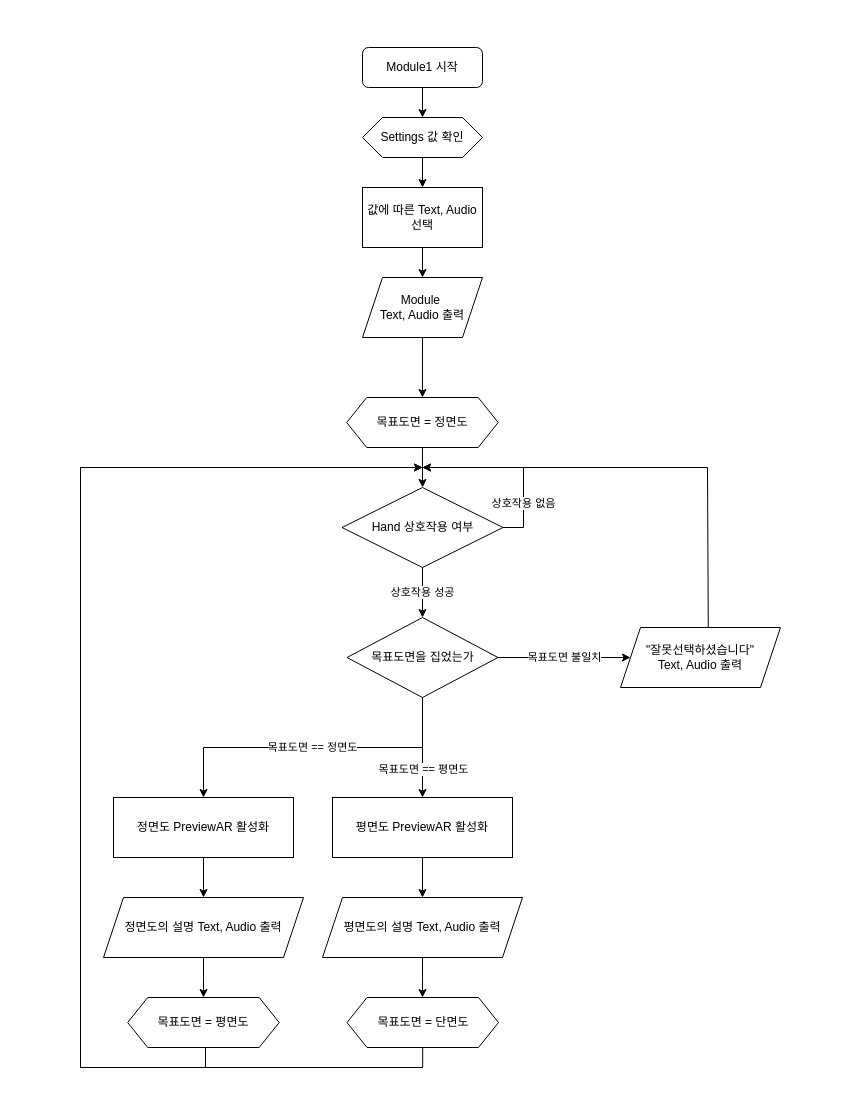
This is Module_01.drawio from SnowDinn/FlowChart, a draw.io file, before an edit. Source tidied: cells renumbered, new cells numbered last; positions are measured from the earlier drawing's top-left corner, leaving out a move shared by most shapes. Both pictures are drawn from the tidied source at 100%, with x=0, y=0 at pixel (80, 47).
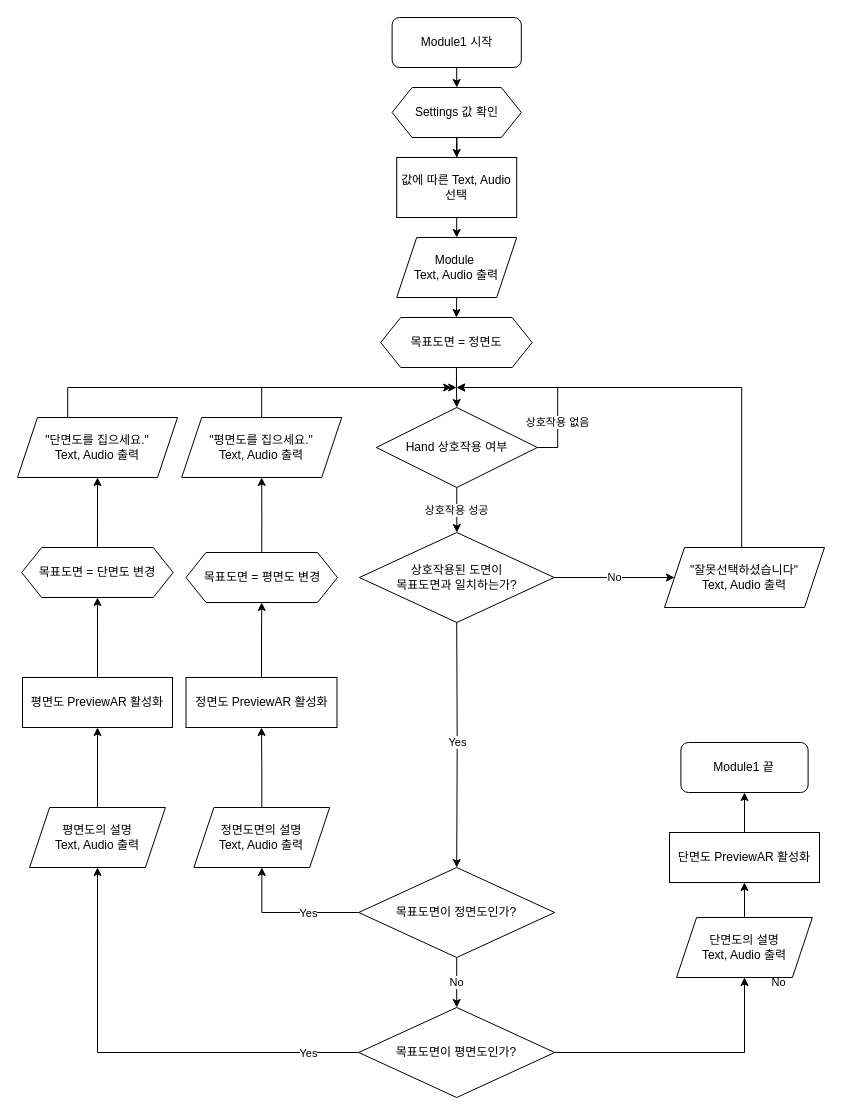
After the change.

Change to the diagram source:
```diff
@@
     <mxCell id="3" value="Module1 시작" style="rounded=1;whiteSpace=wrap;html=1;fontSize=12;glass=0;strokeWidth=1;shadow=0;" parent="1" vertex="1">
-      <mxGeometry x="282" width="120" height="40" as="geometry" />
+      <mxGeometry x="311.6" y="-30" width="129.2" height="50" as="geometry" />
     </mxCell>
-    <mxCell id="4" value="목표도면 불일치" style="edgeStyle=orthogonalEdgeStyle;rounded=0;jettySize=auto;html=1;exitX=1;exitY=0.5;exitDx=0;exitDy=0;entryX=0;entryY=0.5;entryDx=0;entryDy=0;" parent="1" edge="1" source="8" target="29">
+    <mxCell id="4" value="No" style="edgeStyle=orthogonalEdgeStyle;rounded=0;jettySize=auto;html=1;exitX=1;exitY=0.5;exitDx=0;exitDy=0;entryX=0;entryY=0.5;entryDx=0;entryDy=0;" parent="1" edge="1" source="8" target="29">
       <mxGeometry relative="1" as="geometry" />
     </mxCell>
-    <mxCell id="5" style="edgeStyle=orthogonalEdgeStyle;rounded=0;jettySize=auto;html=1;exitX=0.5;exitY=1;exitDx=0;exitDy=0;entryX=0.5;entryY=0;entryDx=0;entryDy=0;endArrow=classic;endFill=1;" parent="1" edge="1" source="8" target="20">
-      <mxGeometry relative="1" as="geometry" />
-    </mxCell>
-    <mxCell id="6" value="목표도면 == 평면도" style="edgeLabel;html=1;align=center;verticalAlign=middle;" parent="5" vertex="1">
-      <mxGeometry x="0.27" relative="1" as="geometry">
-        <mxPoint y="7" as="offset" />
-      </mxGeometry>
-    </mxCell>
-    <mxCell id="7" value="목표도면 == 정면도" style="edgeStyle=orthogonalEdgeStyle;rounded=0;jettySize=auto;html=1;exitX=0.5;exitY=1;exitDx=0;exitDy=0;entryX=0.5;entryY=0;entryDx=0;entryDy=0;endArrow=classic;endFill=1;" parent="1" edge="1" source="8" target="10">
-      <mxGeometry relative="1" as="geometry" />
-    </mxCell>
+    <mxCell id="34" value="Yes" style="edgeStyle=orthogonalEdgeStyle;rounded=0;jettySize=auto;html=1;exitX=0.5;exitY=1;exitDx=0;exitDy=0;entryX=0.5;entryY=0;entryDx=0;entryDy=0;" parent="1" edge="1" target="38">
+      <mxGeometry relative="1" as="geometry">
+        <mxPoint x="376.2" y="569" as="sourcePoint" />
+      </mxGeometry>
+    </mxCell>
-    <mxCell id="8" value="목표도면을 집었는가" style="rhombus;whiteSpace=wrap;html=1;" parent="1" vertex="1">
-      <mxGeometry x="266.5" y="570" width="151" height="80" as="geometry" />
+    <mxCell id="8" value="상호작용된 도면이&lt;br&gt;목표도면과 일치하는가?" style="rhombus;whiteSpace=wrap;html=1;" parent="1" vertex="1">
+      <mxGeometry x="278.9" y="485" width="194.8" height="90" as="geometry" />
     </mxCell>
-    <mxCell id="9" style="edgeStyle=orthogonalEdgeStyle;rounded=0;jettySize=auto;html=1;exitX=0.5;exitY=1;exitDx=0;exitDy=0;entryX=0.5;entryY=0;entryDx=0;entryDy=0;" parent="1" edge="1" source="10" target="18">
-      <mxGeometry relative="1" as="geometry" />
-    </mxCell>
-    <mxCell id="10" value="정면도 PreviewAR 활성화" style="rounded=0;whiteSpace=wrap;html=1;" parent="1" vertex="1">
-      <mxGeometry x="33" y="750" width="180" height="60" as="geometry" />
-    </mxCell>
-    <mxCell id="11" style="edgeStyle=orthogonalEdgeStyle;rounded=0;jettySize=auto;html=1;exitX=0.5;exitY=1;exitDx=0;exitDy=0;entryX=0.5;entryY=0;entryDx=0;entryDy=0;" parent="1" edge="1" source="12" target="14">
+    <mxCell id="11" style="edgeStyle=orthogonalEdgeStyle;rounded=0;jettySize=auto;html=1;exitX=0.5;exitY=1;exitDx=0;exitDy=0;" parent="1" edge="1" source="12" target="14">
       <mxGeometry relative="1" as="geometry" />
     </mxCell>
     <mxCell id="12" value="Settings 값 확인" style="shape=hexagon;perimeter=hexagonPerimeter2;whiteSpace=wrap;html=1;fixedSize=1;" parent="1" vertex="1">
-      <mxGeometry x="282" y="70" width="120" height="40" as="geometry" />
+      <mxGeometry x="311.6" y="40" width="129.2" height="50" as="geometry" />
     </mxCell>
@@
     <mxCell id="14" value="값에 따른 Text, Audio 선택" style="rounded=0;whiteSpace=wrap;html=1;" parent="1" vertex="1">
-      <mxGeometry x="282" y="140" width="120" height="60" as="geometry" />
+      <mxGeometry x="316.2" y="110" width="120" height="60" as="geometry" />
     </mxCell>
@@
     <mxCell id="16" value="Module&amp;nbsp;&lt;br&gt;Text, Audio 출력" style="shape=parallelogram;perimeter=parallelogramPerimeter;whiteSpace=wrap;html=1;fixedSize=1;" parent="1" vertex="1">
-      <mxGeometry x="282" y="230" width="120" height="60" as="geometry" />
+      <mxGeometry x="316.2" y="190" width="120" height="60" as="geometry" />
     </mxCell>
-    <mxCell id="17" style="edgeStyle=orthogonalEdgeStyle;rounded=0;jettySize=auto;html=1;exitX=0.5;exitY=1;exitDx=0;exitDy=0;entryX=0.5;entryY=0;entryDx=0;entryDy=0;" parent="1" edge="1" source="18">
-      <mxGeometry relative="1" as="geometry">
-        <mxPoint x="123" y="950" as="targetPoint" />
-      </mxGeometry>
-    </mxCell>
-    <mxCell id="18" value="정면도의 설명 Text, Audio 출력" style="shape=parallelogram;perimeter=parallelogramPerimeter;whiteSpace=wrap;html=1;fixedSize=1;" parent="1" vertex="1">
-      <mxGeometry x="23" y="850" width="200" height="60" as="geometry" />
-    </mxCell>
-    <mxCell id="19" style="edgeStyle=orthogonalEdgeStyle;rounded=0;jettySize=auto;html=1;exitX=0.5;exitY=1;exitDx=0;exitDy=0;entryX=0.5;entryY=0;entryDx=0;entryDy=0;endArrow=classic;endFill=1;" parent="1" edge="1" source="20" target="22">
-      <mxGeometry relative="1" as="geometry" />
-    </mxCell>
-    <mxCell id="20" value="평면도 PreviewAR 활성화" style="rounded=0;whiteSpace=wrap;html=1;" parent="1" vertex="1">
-      <mxGeometry x="252" y="750" width="180" height="60" as="geometry" />
-    </mxCell>
-    <mxCell id="21" style="edgeStyle=orthogonalEdgeStyle;rounded=0;jettySize=auto;html=1;exitX=0.5;exitY=1;exitDx=0;exitDy=0;" parent="1" edge="1" source="22">
-      <mxGeometry relative="1" as="geometry">
-        <mxPoint x="342" y="950" as="targetPoint" />
-      </mxGeometry>
-    </mxCell>
-    <mxCell id="22" value="평면도의 설명 Text, Audio 출력" style="shape=parallelogram;perimeter=parallelogramPerimeter;whiteSpace=wrap;html=1;fixedSize=1;" parent="1" vertex="1">
-      <mxGeometry x="242" y="850" width="200" height="60" as="geometry" />
-    </mxCell>
@@
     <mxCell id="24" value="상호작용 없음" style="edgeStyle=orthogonalEdgeStyle;rounded=0;jettySize=auto;html=1;exitX=1;exitY=0.5;exitDx=0;exitDy=0;endArrow=classic;endFill=1;" parent="1" edge="1" source="25">
       <mxGeometry x="-0.5" relative="1" as="geometry">
-        <mxPoint x="342" y="420" as="targetPoint" />
+        <mxPoint x="376.2" y="340" as="targetPoint" />
         <Array as="points">
-          <mxPoint x="443" y="480" />
-          <mxPoint x="443" y="420" />
+          <mxPoint x="477.2" y="400" />
+          <mxPoint x="477.2" y="340" />
         </Array>
       </mxGeometry>
     </mxCell>
     <mxCell id="25" value="Hand 상호작용 여부" style="rhombus;whiteSpace=wrap;html=1;fillColor=none;" parent="1" vertex="1">
-      <mxGeometry x="261.5" y="440" width="161" height="80" as="geometry" />
+      <mxGeometry x="295.8" y="360" width="161" height="80" as="geometry" />
     </mxCell>
@@
     <mxCell id="27" value="목표도면 = 정면도" style="shape=hexagon;perimeter=hexagonPerimeter2;whiteSpace=wrap;html=1;fixedSize=1;" parent="1" vertex="1">
-      <mxGeometry x="266.2" y="350" width="151.5" height="50" as="geometry" />
+      <mxGeometry x="300.2" y="270" width="151.5" height="50" as="geometry" />
     </mxCell>
     <mxCell id="28" style="edgeStyle=orthogonalEdgeStyle;rounded=0;jettySize=auto;html=1;exitX=0.549;exitY=0.001;exitDx=0;exitDy=0;endArrow=classic;endFill=1;exitPerimeter=0;" parent="1" edge="1" source="29">
       <mxGeometry relative="1" as="geometry">
-        <mxPoint x="342" y="420" as="targetPoint" />
+        <mxPoint x="376.2" y="340" as="targetPoint" />
         <Array as="points">
-          <mxPoint x="628" y="585" />
-          <mxPoint x="627" y="585" />
-          <mxPoint x="627" y="420" />
+          <mxPoint x="662.2" y="505" />
+          <mxPoint x="661.2" y="505" />
+          <mxPoint x="661.2" y="340" />
         </Array>
       </mxGeometry>
     </mxCell>
     <mxCell id="29" value="&quot;잘못선택하셨습니다&quot;&lt;br&gt;Text, Audio 출력" style="shape=parallelogram;perimeter=parallelogramPerimeter;whiteSpace=wrap;html=1;fixedSize=1;" parent="1" vertex="1">
-      <mxGeometry x="540" y="580" width="160" height="60" as="geometry" />
+      <mxGeometry x="584" y="500" width="160" height="60" as="geometry" />
     </mxCell>
-    <mxCell id="30" style="edgeStyle=orthogonalEdgeStyle;rounded=0;orthogonalLoop=1;jettySize=auto;html=1;exitX=0.5;exitY=1;exitDx=0;exitDy=0;endArrow=classic;endFill=1;" parent="1" edge="1">
-      <mxGeometry relative="1" as="geometry">
-        <mxPoint x="125" y="1000" as="sourcePoint" />
-        <mxPoint x="342" y="420" as="targetPoint" />
-        <Array as="points">
-          <mxPoint x="125" y="1020" />
-          <mxPoint y="1020" />
-          <mxPoint y="420" />
-        </Array>
-      </mxGeometry>
-    </mxCell>
-    <mxCell id="31" value="목표도면 = 평면도" style="shape=hexagon;perimeter=hexagonPerimeter2;whiteSpace=wrap;html=1;fixedSize=1;" parent="1" vertex="1">
-      <mxGeometry x="47.2" y="950" width="151.5" height="50" as="geometry" />
-    </mxCell>
-    <mxCell id="32" style="edgeStyle=orthogonalEdgeStyle;rounded=0;orthogonalLoop=1;jettySize=auto;html=1;exitX=0.5;exitY=1;exitDx=0;exitDy=0;endArrow=classic;endFill=1;" parent="1" edge="1">
-      <mxGeometry relative="1" as="geometry">
-        <mxPoint x="342.2" y="1000" as="sourcePoint" />
-        <mxPoint x="342" y="420" as="targetPoint" />
-        <Array as="points">
-          <mxPoint x="342" y="1020" />
-          <mxPoint y="1020" />
-          <mxPoint y="420" />
-        </Array>
-      </mxGeometry>
-    </mxCell>
-    <mxCell id="33" value="목표도면 = 단면도" style="shape=hexagon;perimeter=hexagonPerimeter2;whiteSpace=wrap;html=1;fixedSize=1;" parent="1" vertex="1">
-      <mxGeometry x="266.5" y="950" width="151.5" height="50" as="geometry" />
-    </mxCell>
+    <mxCell id="35" value="No" style="edgeStyle=orthogonalEdgeStyle;rounded=0;jettySize=auto;html=1;exitX=0.5;exitY=1;exitDx=0;exitDy=0;entryX=0.5;entryY=0;entryDx=0;entryDy=0;" parent="1" edge="1" source="38" target="46">
+      <mxGeometry relative="1" as="geometry" />
+    </mxCell>
+    <mxCell id="36" style="edgeStyle=orthogonalEdgeStyle;rounded=0;jettySize=auto;html=1;exitX=0;exitY=0.5;exitDx=0;exitDy=0;entryX=0.5;entryY=1;entryDx=0;entryDy=0;" parent="1" edge="1" source="38" target="54">
+      <mxGeometry relative="1" as="geometry" />
+    </mxCell>
+    <mxCell id="37" value="Yes" style="edgeLabel;html=1;align=center;verticalAlign=middle;" parent="36" vertex="1">
+      <mxGeometry x="0.13" y="-1" relative="1" as="geometry">
+        <mxPoint x="28.8" y="1" as="offset" />
+      </mxGeometry>
+    </mxCell>
+    <mxCell id="38" value="목표도면이 정면도인가?" style="rhombus;whiteSpace=wrap;html=1;" parent="1" vertex="1">
+      <mxGeometry x="278.2" y="820" width="196" height="90" as="geometry" />
+    </mxCell>
+    <mxCell id="39" style="edgeStyle=orthogonalEdgeStyle;rounded=0;jettySize=auto;html=1;exitX=0.5;exitY=0;exitDx=0;exitDy=0;" parent="1" edge="1" source="40" target="42">
+      <mxGeometry relative="1" as="geometry" />
+    </mxCell>
+    <mxCell id="40" value="목표도면 = 평면도 변경" style="shape=hexagon;perimeter=hexagonPerimeter2;whiteSpace=wrap;html=1;fixedSize=1;" parent="1" vertex="1">
+      <mxGeometry x="105.5" y="505" width="151.5" height="50" as="geometry" />
+    </mxCell>
+    <mxCell id="41" style="edgeStyle=orthogonalEdgeStyle;rounded=0;jettySize=auto;html=1;exitX=0.5;exitY=0;exitDx=0;exitDy=0;" parent="1" edge="1" source="42">
+      <mxGeometry relative="1" as="geometry">
+        <mxPoint x="376.2" y="340" as="targetPoint" />
+        <Array as="points">
+          <mxPoint x="181.2" y="340" />
+        </Array>
+      </mxGeometry>
+    </mxCell>
+    <mxCell id="42" value="&quot;평면도를 집으세요.&quot;&lt;br&gt;Text, Audio 출력" style="shape=parallelogram;perimeter=parallelogramPerimeter;whiteSpace=wrap;html=1;fixedSize=1;" parent="1" vertex="1">
+      <mxGeometry x="101.2" y="370" width="160" height="60" as="geometry" />
+    </mxCell>
+    <mxCell id="43" style="edgeStyle=orthogonalEdgeStyle;rounded=0;jettySize=auto;html=1;exitX=0;exitY=0.5;exitDx=0;exitDy=0;" parent="1" edge="1" source="46" target="22">
+      <mxGeometry relative="1" as="geometry" />
+    </mxCell>
+    <mxCell id="44" value="Yes" style="edgeLabel;html=1;align=center;verticalAlign=middle;" parent="43" vertex="1">
+      <mxGeometry x="0.26" y="1" relative="1" as="geometry">
+        <mxPoint x="211" y="19.8" as="offset" />
+      </mxGeometry>
+    </mxCell>
+    <mxCell id="45" value="No" style="edgeStyle=orthogonalEdgeStyle;rounded=0;jettySize=auto;html=1;exitX=1;exitY=0.5;exitDx=0;exitDy=0;entryX=0.5;entryY=1;entryDx=0;entryDy=0;" parent="1" edge="1" source="46" target="60">
+      <mxGeometry x="0.43" y="35" relative="1" as="geometry">
+        <mxPoint x="35" y="-35" as="offset" />
+      </mxGeometry>
+    </mxCell>
+    <mxCell id="46" value="목표도면이 평면도인가?" style="rhombus;whiteSpace=wrap;html=1;" parent="1" vertex="1">
+      <mxGeometry x="278.2" y="960" width="196" height="90" as="geometry" />
+    </mxCell>
+    <mxCell id="47" style="edgeStyle=orthogonalEdgeStyle;rounded=0;jettySize=auto;html=1;exitX=0.5;exitY=0;exitDx=0;exitDy=0;entryX=0.5;entryY=1;entryDx=0;entryDy=0;" parent="1" edge="1" source="48" target="50">
+      <mxGeometry relative="1" as="geometry" />
+    </mxCell>
+    <mxCell id="48" value="목표도면 = 단면도 변경" style="shape=hexagon;perimeter=hexagonPerimeter2;whiteSpace=wrap;html=1;fixedSize=1;" parent="1" vertex="1">
+      <mxGeometry x="-58.8" y="500" width="151.5" height="50" as="geometry" />
+    </mxCell>
+    <mxCell id="49" style="edgeStyle=orthogonalEdgeStyle;rounded=0;jettySize=auto;html=1;exitX=0.5;exitY=0;exitDx=0;exitDy=0;" parent="1" edge="1" source="50">
+      <mxGeometry relative="1" as="geometry">
+        <mxPoint x="371.2" y="340" as="targetPoint" />
+        <Array as="points">
+          <mxPoint x="-12.8" y="340" />
+        </Array>
+      </mxGeometry>
+    </mxCell>
+    <mxCell id="50" value="&quot;단면도를 집으세요.&quot;&lt;br&gt;Text, Audio 출력" style="shape=parallelogram;perimeter=parallelogramPerimeter;whiteSpace=wrap;html=1;fixedSize=1;" parent="1" vertex="1">
+      <mxGeometry x="-63" y="370" width="160" height="60" as="geometry" />
+    </mxCell>
+    <mxCell id="51" value="Module1 끝" style="rounded=1;whiteSpace=wrap;html=1;fontSize=12;glass=0;strokeWidth=1;shadow=0;" parent="1" vertex="1">
+      <mxGeometry x="600.4" y="695" width="127.2" height="50" as="geometry" />
+    </mxCell>
+    <mxCell id="52" style="edgeStyle=orthogonalEdgeStyle;rounded=0;jettySize=auto;html=1;exitX=0.5;exitY=0;exitDx=0;exitDy=0;entryX=0.5;entryY=1;entryDx=0;entryDy=0;" parent="1" edge="1" source="10" target="40">
+      <mxGeometry relative="1" as="geometry" />
+    </mxCell>
+    <mxCell id="10" value="정면도 PreviewAR 활성화" style="rounded=0;whiteSpace=wrap;html=1;" parent="1" vertex="1">
+      <mxGeometry x="105.5" y="630" width="151" height="50" as="geometry" />
+    </mxCell>
+    <mxCell id="53" style="edgeStyle=orthogonalEdgeStyle;rounded=0;jettySize=auto;html=1;exitX=0.5;exitY=0;exitDx=0;exitDy=0;" parent="1" edge="1" source="54" target="10">
+      <mxGeometry relative="1" as="geometry" />
+    </mxCell>
+    <mxCell id="54" value="정면도면의 설명&lt;br&gt;Text, Audio 출력" style="shape=parallelogram;perimeter=parallelogramPerimeter;whiteSpace=wrap;html=1;fixedSize=1;" parent="1" vertex="1">
+      <mxGeometry x="113.4" y="760" width="135.8" height="60" as="geometry" />
+    </mxCell>
+    <mxCell id="55" style="edgeStyle=orthogonalEdgeStyle;rounded=0;jettySize=auto;html=1;exitX=0.5;exitY=0;exitDx=0;exitDy=0;entryX=0.5;entryY=1;entryDx=0;entryDy=0;" parent="1" edge="1" source="20" target="48">
+      <mxGeometry relative="1" as="geometry" />
+    </mxCell>
+    <mxCell id="20" value="평면도 PreviewAR 활성화" style="rounded=0;whiteSpace=wrap;html=1;" parent="1" vertex="1">
+      <mxGeometry x="-58" y="630" width="150" height="50" as="geometry" />
+    </mxCell>
+    <mxCell id="56" style="edgeStyle=orthogonalEdgeStyle;rounded=0;jettySize=auto;html=1;exitX=0.5;exitY=0;exitDx=0;exitDy=0;entryX=0.5;entryY=1;entryDx=0;entryDy=0;" parent="1" edge="1" source="22" target="20">
+      <mxGeometry relative="1" as="geometry" />
+    </mxCell>
+    <mxCell id="22" value="평면도의 설명&lt;br&gt;Text, Audio 출력" style="shape=parallelogram;perimeter=parallelogramPerimeter;whiteSpace=wrap;html=1;fixedSize=1;" parent="1" vertex="1">
+      <mxGeometry x="-50.9" y="760" width="135.8" height="60" as="geometry" />
+    </mxCell>
+    <mxCell id="57" style="edgeStyle=orthogonalEdgeStyle;rounded=0;jettySize=auto;html=1;exitX=0.5;exitY=0;exitDx=0;exitDy=0;entryX=0.5;entryY=1;entryDx=0;entryDy=0;" parent="1" edge="1" source="58" target="51">
+      <mxGeometry relative="1" as="geometry" />
+    </mxCell>
+    <mxCell id="58" value="단면도 PreviewAR 활성화" style="rounded=0;whiteSpace=wrap;html=1;" parent="1" vertex="1">
+      <mxGeometry x="589" y="785" width="150" height="50" as="geometry" />
+    </mxCell>
+    <mxCell id="59" style="edgeStyle=orthogonalEdgeStyle;rounded=0;jettySize=auto;html=1;exitX=0.5;exitY=0;exitDx=0;exitDy=0;entryX=0.5;entryY=1;entryDx=0;entryDy=0;" parent="1" edge="1" source="60" target="58">
+      <mxGeometry relative="1" as="geometry" />
+    </mxCell>
+    <mxCell id="60" value="단면도의 설명&lt;br&gt;Text, Audio 출력" style="shape=parallelogram;perimeter=parallelogramPerimeter;whiteSpace=wrap;html=1;fixedSize=1;" parent="1" vertex="1">
+      <mxGeometry x="596.1" y="870" width="135.8" height="60" as="geometry" />
+    </mxCell>
```
